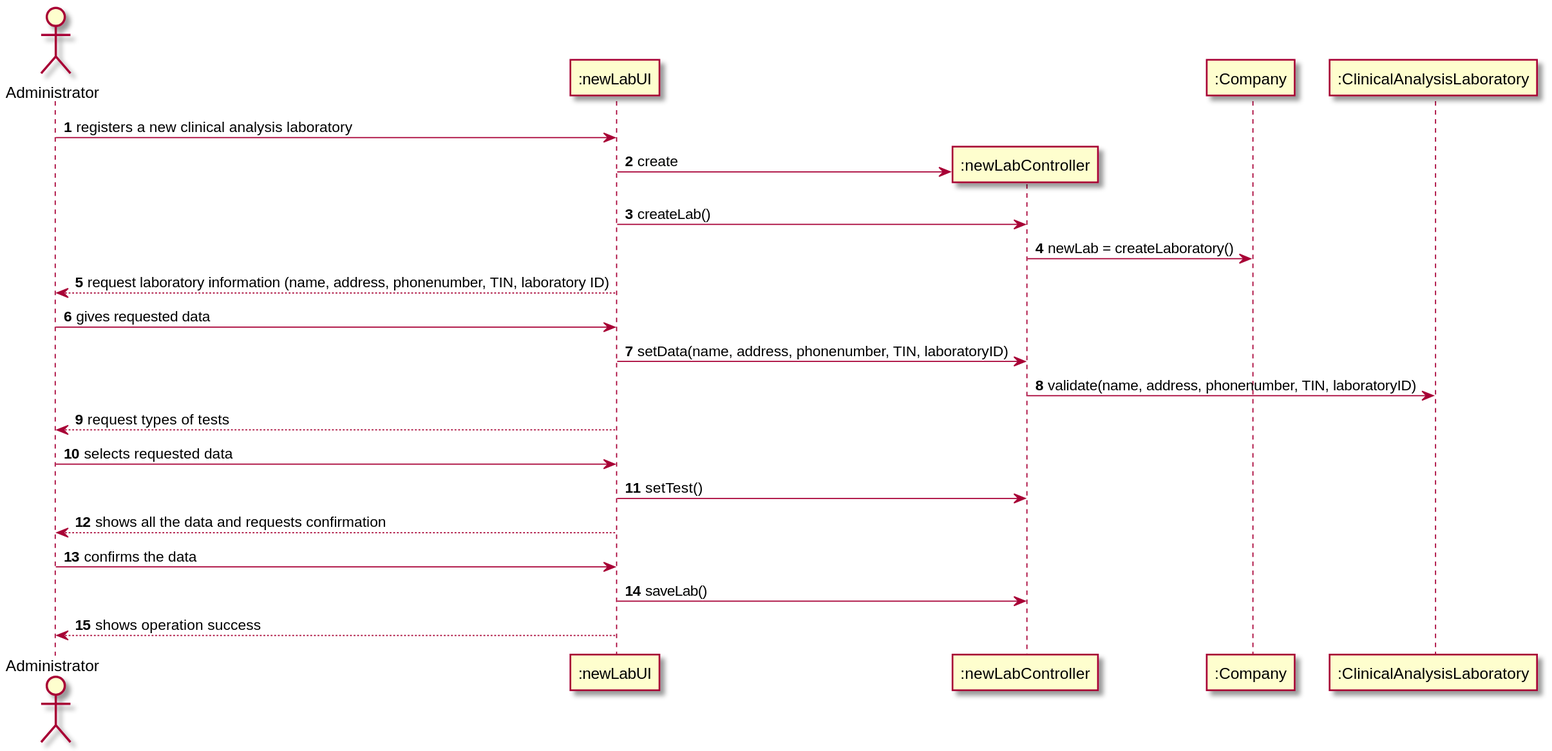
The PlantUML diagram docs/SprintB/US8/US8_SD.svg in MadDinosaur/ISEP-LAPR2, before a commit.
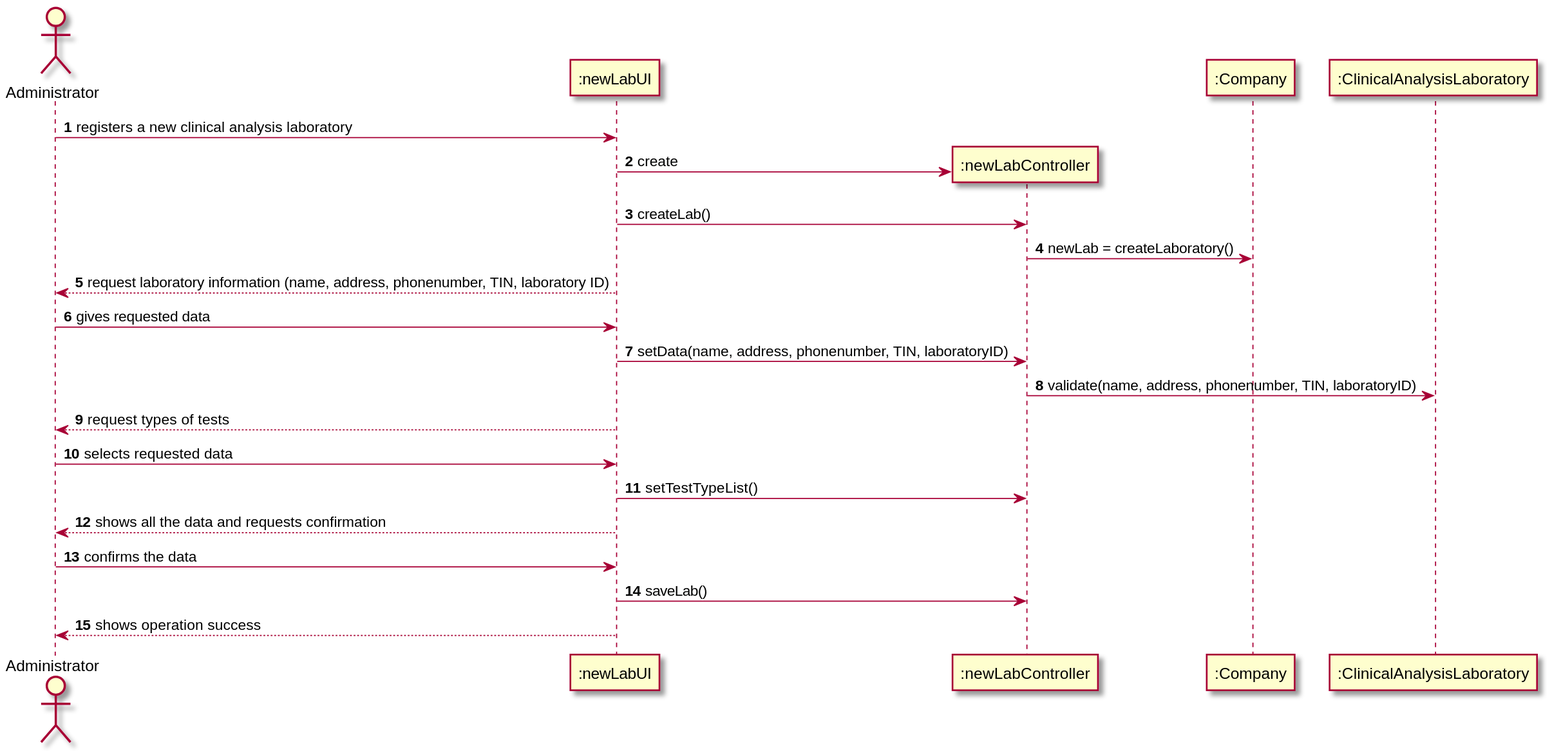
The same file after the commit.

Change to the diagram source:
```diff
@@ -18,7 +18,7 @@
 controller -> lab : validate(name, address, phonenumber, TIN, laboratoryID)
 UI --> admin : request types of tests
 admin -> UI : selects requested data
-UI -> controller : setTest()
+UI -> controller : setTestTypeList()
 UI --> admin : shows all the data and requests confirmation
 admin -> UI : confirms the data
 UI -> controller : saveLab()
```
